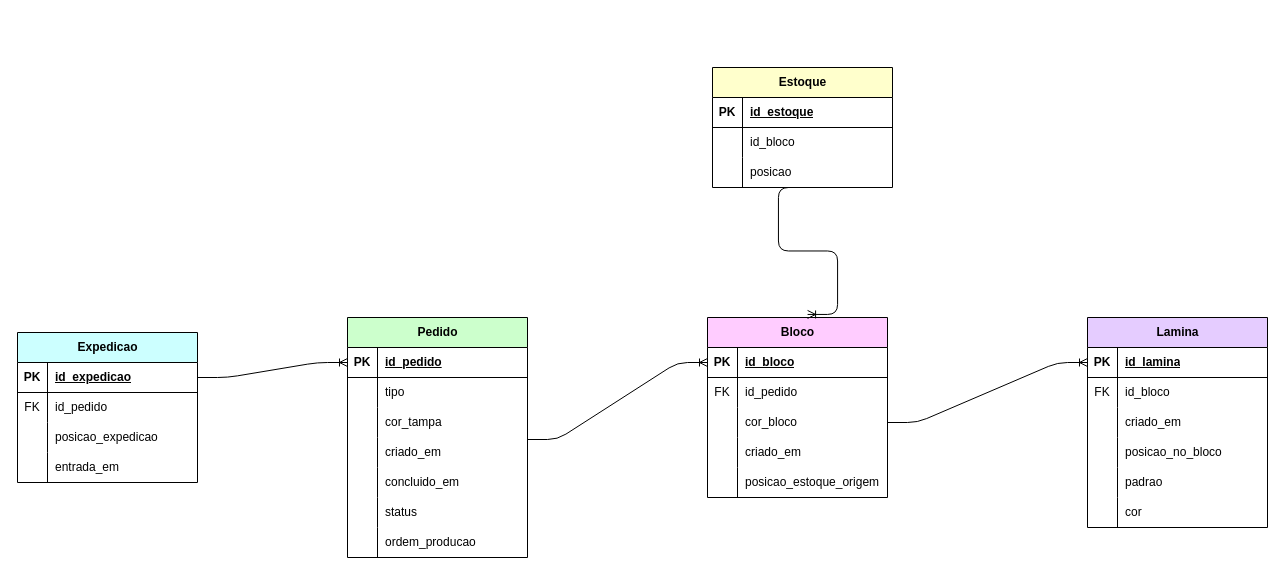
Above: smart/src/main/resources/static/MER.drawio in braianhoeltgebaum-senai/SA-tecdes-1 (draw.io), before the change. Source tidied: cells renumbered, new cells numbered last; positions are measured from the earlier drawing's top-left corner, leaving out a move shared by most shapes. Both pictures are drawn from the tidied source at 100%, with x=0, y=0 at pixel (17, 67).
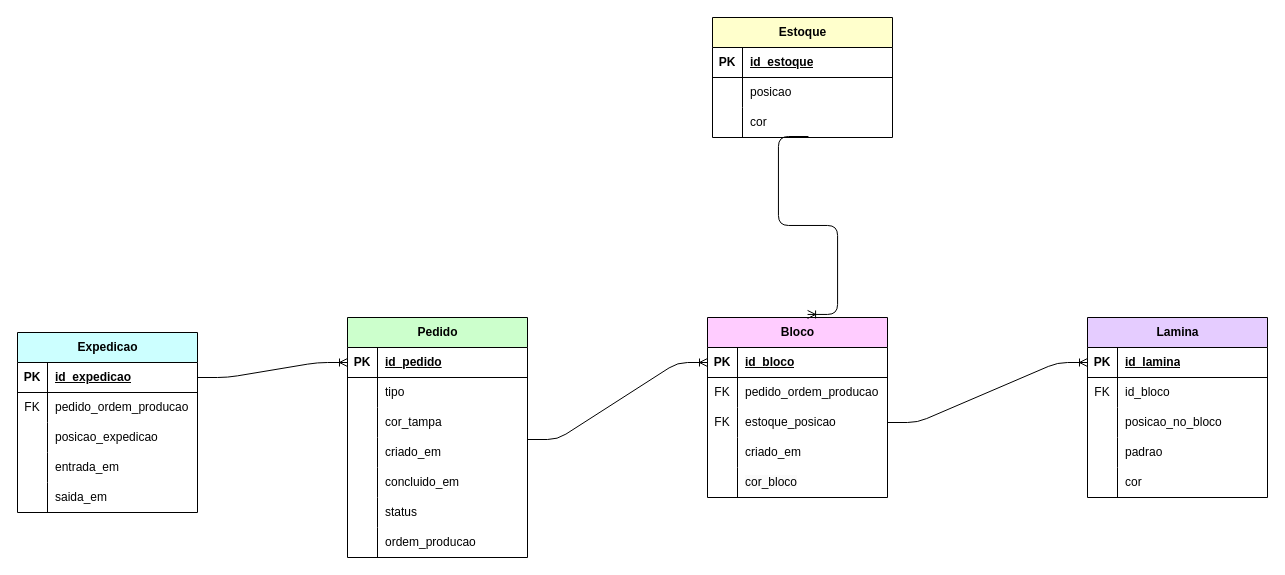
Above is the later version.

Unchanged cells that the change refers to:
```xml
<mxCell id="2" value="Bloco" style="shape=table;startSize=30;childLayout=tableLayout;rowLines=0;fontStyle=1;align=center;html=1;fillColor=#FFCCFF;" parent="1" vertex="1">
  <mxGeometry x="690" y="250" width="180" height="180" as="geometry" />
</mxCell>
<mxCell id="6" style="shape=tableRow;horizontal=0;startSize=0;swimlaneHead=0;swimlaneBody=0;fillColor=none;top=0;left=0;right=0;bottom=0;" parent="2" vertex="1">
  <mxGeometry y="60" width="180" height="30" as="geometry" />
</mxCell>
<mxCell id="9" style="shape=tableRow;horizontal=0;startSize=0;swimlaneHead=0;swimlaneBody=0;fillColor=none;points=[[0,0.5],[1,0.5]];portConstraint=eastwest;top=0;left=0;right=0;bottom=0;" parent="2" vertex="1">
  <mxGeometry y="90" width="180" height="30" as="geometry" />
</mxCell>
<mxCell id="15" style="shape=tableRow;horizontal=0;startSize=0;swimlaneHead=0;swimlaneBody=0;fillColor=none;top=0;left=0;right=0;bottom=0;" parent="2" vertex="1">
  <mxGeometry y="150" width="180" height="30" as="geometry" />
</mxCell>
<mxCell id="22" style="shape=tableRow;horizontal=0;startSize=0;swimlaneHead=0;swimlaneBody=0;fillColor=none;top=0;left=0;right=0;bottom=0;" parent="18" vertex="1">
  <mxGeometry y="60" width="180" height="30" as="geometry" />
</mxCell>
```

What changed in the source:
```diff
@@
-    <mxCell id="8" value="id_pedido" style="shape=partialRectangle;fillColor=none;top=0;left=0;bottom=0;right=0;align=left;spacingLeft=6;overflow=hidden;whiteSpace=wrap;html=1;" parent="6" vertex="1">
+    <mxCell id="8" value="pedido_ordem_producao" style="shape=partialRectangle;fillColor=none;top=0;left=0;bottom=0;right=0;align=left;spacingLeft=6;overflow=hidden;whiteSpace=wrap;html=1;" parent="6" vertex="1">
       <mxGeometry x="30" width="150" height="30" as="geometry" />
     </mxCell>
@@
-    <mxCell id="10" style="shape=partialRectangle;fillColor=none;top=0;left=0;bottom=0;right=0;overflow=hidden;whiteSpace=wrap;html=1;" parent="9" vertex="1">
+    <mxCell id="10" value="FK" style="shape=partialRectangle;fillColor=none;top=0;left=0;bottom=0;right=0;overflow=hidden;whiteSpace=wrap;html=1;" parent="9" vertex="1">
       <mxGeometry width="30" height="30" as="geometry" />
     </mxCell>
-    <mxCell id="11" value="cor_bloco" style="shape=partialRectangle;fillColor=none;top=0;left=0;bottom=0;right=0;align=left;spacingLeft=6;overflow=hidden;whiteSpace=wrap;html=1;" parent="9" vertex="1">
+    <mxCell id="11" value="estoque_posicao" style="shape=partialRectangle;fillColor=none;top=0;left=0;bottom=0;right=0;align=left;spacingLeft=6;overflow=hidden;whiteSpace=wrap;html=1;" parent="9" vertex="1">
       <mxGeometry x="30" width="150" height="30" as="geometry" />
     </mxCell>
@@
-    <mxCell id="17" value="posicao_estoque_origem" style="shape=partialRectangle;fillColor=none;top=0;left=0;bottom=0;right=0;align=left;spacingLeft=6;overflow=hidden;whiteSpace=wrap;html=1;" parent="15" vertex="1">
+    <mxCell id="17" value="&lt;div&gt;&lt;span style=&quot;background-color: light-dark(rgb(251, 251, 251), rgb(21, 21, 21));&quot;&gt;cor_bloco&lt;/span&gt;&lt;/div&gt;" style="shape=partialRectangle;fillColor=none;top=0;left=0;bottom=0;right=0;align=left;spacingLeft=6;overflow=hidden;whiteSpace=wrap;html=1;" parent="15" vertex="1">
       <mxGeometry x="30" width="150" height="30" as="geometry" />
     </mxCell>
     <mxCell id="18" value="Expedicao" style="shape=table;startSize=30;childLayout=tableLayout;rowLines=0;fontStyle=1;align=center;html=1;fillColor=#CCFFFF;" parent="1" vertex="1">
-      <mxGeometry y="265" width="180" height="150" as="geometry" />
+      <mxGeometry y="265" width="180" height="180" as="geometry" />
     </mxCell>
@@
-    <mxCell id="24" value="id_pedido" style="shape=partialRectangle;fillColor=none;top=0;left=0;bottom=0;right=0;align=left;spacingLeft=6;overflow=hidden;whiteSpace=wrap;html=1;" parent="22" vertex="1">
+    <mxCell id="24" value="pedido_ordem_producao" style="shape=partialRectangle;fillColor=none;top=0;left=0;bottom=0;right=0;align=left;spacingLeft=6;overflow=hidden;whiteSpace=wrap;html=1;" parent="22" vertex="1">
       <mxGeometry x="30" width="150" height="30" as="geometry" />
     </mxCell>
@@
+    <mxCell id="86" style="shape=tableRow;horizontal=0;startSize=0;swimlaneHead=0;swimlaneBody=0;fillColor=none;top=0;left=0;right=0;bottom=0;" parent="18" vertex="1">
+      <mxGeometry y="150" width="180" height="30" as="geometry" />
+    </mxCell>
+    <mxCell id="87" style="shape=partialRectangle;fillColor=none;top=0;left=0;bottom=0;right=0;overflow=hidden;whiteSpace=wrap;html=1;" parent="86" vertex="1">
+      <mxGeometry width="30" height="30" as="geometry" />
+    </mxCell>
+    <mxCell id="88" value="saida_em" style="shape=partialRectangle;fillColor=none;top=0;left=0;bottom=0;right=0;align=left;spacingLeft=6;overflow=hidden;whiteSpace=wrap;html=1;" parent="86" vertex="1">
+      <mxGeometry x="30" width="150" height="30" as="geometry" />
+    </mxCell>
     <mxCell id="31" value="Estoque" style="shape=table;startSize=30;childLayout=tableLayout;rowLines=0;fontStyle=1;align=center;html=1;fillColor=#FFFFCC;" parent="1" vertex="1">
-      <mxGeometry x="695" width="180" height="120" as="geometry" />
+      <mxGeometry x="695" y="-50" width="180" height="120" as="geometry" />
     </mxCell>
@@
-    <mxCell id="35" style="shape=tableRow;horizontal=0;startSize=0;swimlaneHead=0;swimlaneBody=0;fillColor=none;top=0;left=0;right=0;bottom=0;" parent="31" vertex="1">
-      <mxGeometry y="60" width="180" height="30" as="geometry" />
-    </mxCell>
-    <mxCell id="36" style="shape=partialRectangle;fillColor=none;top=0;left=0;bottom=0;right=0;overflow=hidden;whiteSpace=wrap;html=1;" parent="35" vertex="1">
-      <mxGeometry width="30" height="30" as="geometry" />
-    </mxCell>
-    <mxCell id="37" value="id_bloco" style="shape=partialRectangle;fillColor=none;top=0;left=0;bottom=0;right=0;align=left;spacingLeft=6;overflow=hidden;whiteSpace=wrap;html=1;" parent="35" vertex="1">
-      <mxGeometry x="30" width="150" height="30" as="geometry" />
-    </mxCell>
     <mxCell id="38" style="shape=tableRow;horizontal=0;startSize=0;swimlaneHead=0;swimlaneBody=0;fillColor=none;points=[[0,0.5],[1,0.5]];portConstraint=eastwest;top=0;left=0;right=0;bottom=0;" parent="31" vertex="1">
-      <mxGeometry y="90" width="180" height="30" as="geometry" />
+      <mxGeometry y="60" width="180" height="30" as="geometry" />
     </mxCell>
@@
+    <mxCell id="48" style="shape=tableRow;horizontal=0;startSize=0;swimlaneHead=0;swimlaneBody=0;fillColor=none;points=[[0,0.5],[1,0.5]];portConstraint=eastwest;top=0;left=0;right=0;bottom=0;" parent="31" vertex="1">
+      <mxGeometry y="90" width="180" height="30" as="geometry" />
+    </mxCell>
+    <mxCell id="89" style="shape=partialRectangle;fillColor=none;top=0;left=0;bottom=0;right=0;overflow=hidden;whiteSpace=wrap;html=1;" parent="48" vertex="1">
+      <mxGeometry width="30" height="30" as="geometry" />
+    </mxCell>
+    <mxCell id="90" value="cor" style="shape=partialRectangle;fillColor=none;top=0;left=0;bottom=0;right=0;align=left;spacingLeft=6;overflow=hidden;whiteSpace=wrap;html=1;" parent="48" vertex="1">
+      <mxGeometry x="30" width="150" height="30" as="geometry" />
+    </mxCell>
     <mxCell id="41" value="Lamina" style="shape=table;startSize=30;childLayout=tableLayout;rowLines=0;fontStyle=1;align=center;html=1;fillColor=#E5CCFF;" parent="1" vertex="1">
-      <mxGeometry x="1070" y="250" width="180" height="210" as="geometry" />
+      <mxGeometry x="1070" y="250" width="180" height="180" as="geometry" />
     </mxCell>
@@
-    <mxCell id="48" style="shape=tableRow;horizontal=0;startSize=0;swimlaneHead=0;swimlaneBody=0;fillColor=none;points=[[0,0.5],[1,0.5]];portConstraint=eastwest;top=0;left=0;right=0;bottom=0;" parent="41" vertex="1">
-      <mxGeometry y="90" width="180" height="30" as="geometry" />
-    </mxCell>
-    <mxCell id="49" style="shape=partialRectangle;fillColor=none;top=0;left=0;bottom=0;right=0;overflow=hidden;whiteSpace=wrap;html=1;" parent="48" vertex="1">
-      <mxGeometry width="30" height="30" as="geometry" />
-    </mxCell>
-    <mxCell id="50" value="criado_em" style="shape=partialRectangle;fillColor=none;top=0;left=0;bottom=0;right=0;align=left;spacingLeft=6;overflow=hidden;whiteSpace=wrap;html=1;" parent="48" vertex="1">
-      <mxGeometry x="30" width="150" height="30" as="geometry" />
-    </mxCell>
     <mxCell id="51" style="shape=tableRow;horizontal=0;startSize=0;swimlaneHead=0;swimlaneBody=0;fillColor=none;top=0;left=0;right=0;bottom=0;" parent="41" vertex="1">
-      <mxGeometry y="120" width="180" height="30" as="geometry" />
+      <mxGeometry y="90" width="180" height="30" as="geometry" />
     </mxCell>
@@
     <mxCell id="54" style="shape=tableRow;horizontal=0;startSize=0;swimlaneHead=0;swimlaneBody=0;fillColor=none;top=0;left=0;right=0;bottom=0;" parent="41" vertex="1">
-      <mxGeometry y="150" width="180" height="30" as="geometry" />
+      <mxGeometry y="120" width="180" height="30" as="geometry" />
     </mxCell>
@@
     <mxCell id="57" style="shape=tableRow;horizontal=0;startSize=0;swimlaneHead=0;swimlaneBody=0;fillColor=none;top=0;left=0;right=0;bottom=0;" parent="41" vertex="1">
-      <mxGeometry y="180" width="180" height="30" as="geometry" />
+      <mxGeometry y="150" width="180" height="30" as="geometry" />
     </mxCell>
@@
-    <mxCell id="85" style="edgeStyle=entityRelationEdgeStyle;fontSize=12;html=1;endArrow=ERoneToMany;entryX=0.556;entryY=-0.017;entryDx=0;entryDy=0;entryPerimeter=0;exitX=0.533;exitY=1;exitDx=0;exitDy=0;exitPerimeter=0;" parent="1" edge="1" source="38" target="2">
+    <mxCell id="85" style="edgeStyle=entityRelationEdgeStyle;fontSize=12;html=1;endArrow=ERoneToMany;entryX=0.556;entryY=-0.017;entryDx=0;entryDy=0;entryPerimeter=0;exitX=0.533;exitY=0.967;exitDx=0;exitDy=0;exitPerimeter=0;" parent="1" edge="1" source="48" target="2">
       <mxGeometry relative="1" as="geometry" />
     </mxCell>
```
